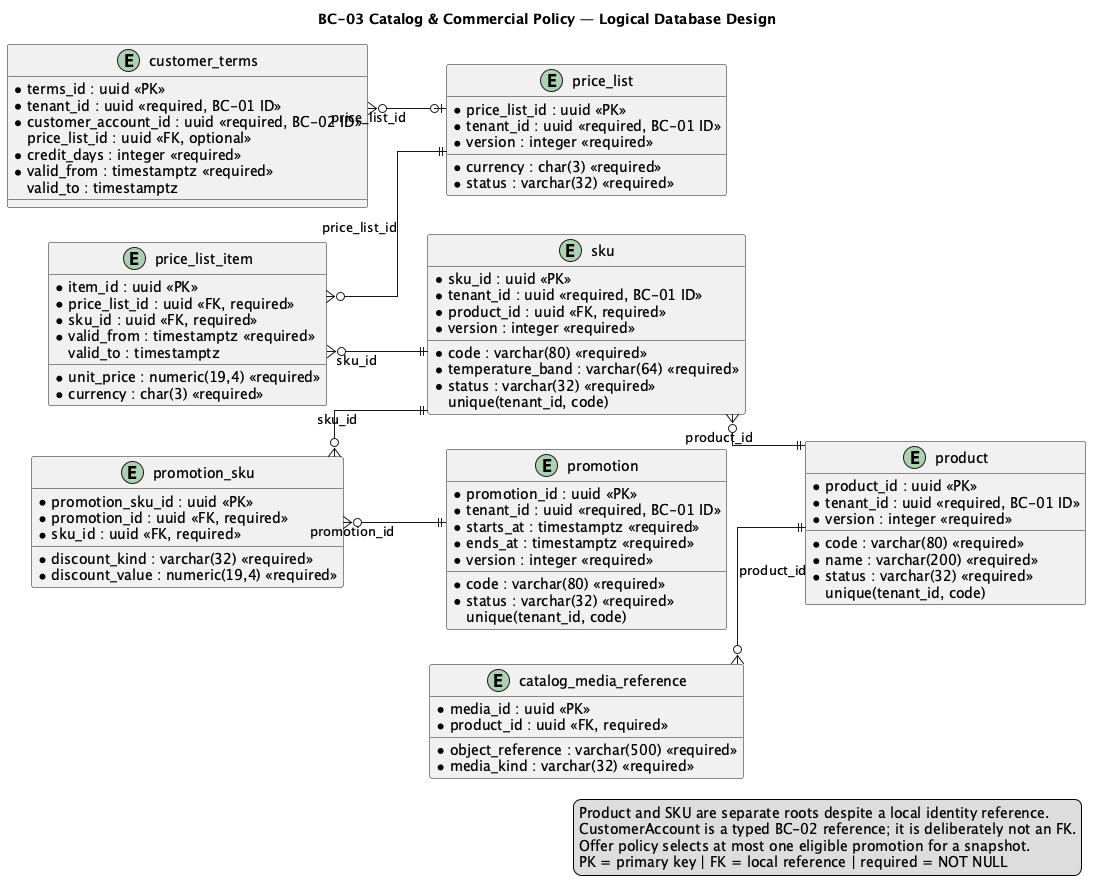
Before: report/assets/chapter-2/tactical/BC-03/database-diagram.png, a diagram exported from PlantUML (nexa-suite/mobile-report).
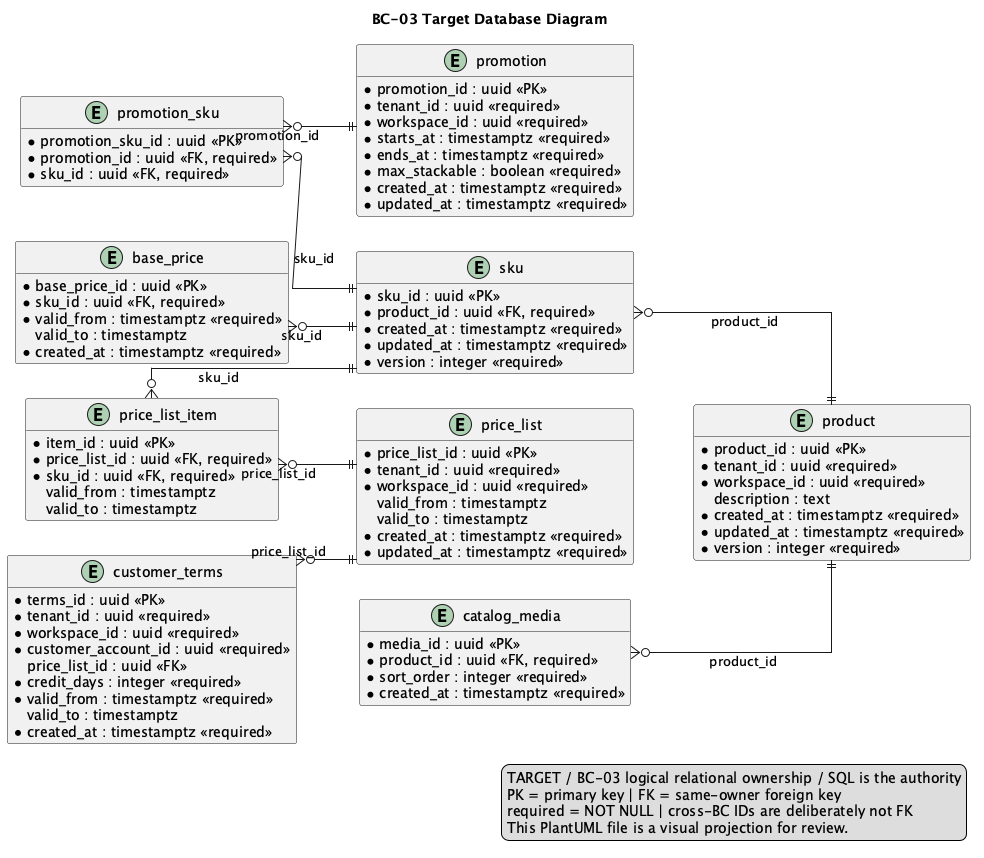
After the change.

Change to the diagram source:
```diff
@@ -1,6 +1,7 @@
 @startuml
-title BC-03 Catalog & Commercial Policy — Logical Database Design
+title BC-03 Target Database Diagram
 left to right direction
+hide methods
 skinparam shadowing false
 skinparam linetype ortho
 skinparam entity {
@@ -9,74 +10,105 @@
   FontColor #0F172A
 }
 
-entity "product" as product {
+entity "product" as t_product {
   * product_id : uuid <<PK>>
-  * tenant_id : uuid <<required, BC-01 ID>>
+  * tenant_id : uuid <<required>>
+  * workspace_id : uuid <<required>>
   * code : varchar(80) <<required>>
   * name : varchar(200) <<required>>
+    description : text
   * status : varchar(32) <<required>>
-  * version : integer <<required>>
-    unique(tenant_id, code)
-}
-
-entity "sku" as sku {
-  * sku_id : uuid <<PK>>
-  * tenant_id : uuid <<required, BC-01 ID>>
-  * product_id : uuid <<FK, required>>
-  * code : varchar(80) <<required>>
-  * temperature_band : varchar(64) <<required>>
-  * status : varchar(32) <<required>>
-  * version : integer <<required>>
-    unique(tenant_id, code)
-}
-
-entity "catalog_media_reference" as catalog_media {
-  * media_id : uuid <<PK>>
-  * product_id : uuid <<FK, required>>
-  * object_reference : varchar(500) <<required>>
-  * media_kind : varchar(32) <<required>>
-}
-
-entity "price_list" as price_list {
-  * price_list_id : uuid <<PK>>
-  * tenant_id : uuid <<required, BC-01 ID>>
-  * currency : char(3) <<required>>
-  * status : varchar(32) <<required>>
+  * created_at : timestamptz <<required>>
+  * updated_at : timestamptz <<required>>
   * version : integer <<required>>
 }
 
-entity "price_list_item" as price_list_item {
+entity "sku" as t_sku {
+  * sku_id : uuid <<PK>>
+  * product_id : uuid <<FK, required>>
+  * code : varchar(80) <<required>>
+  * name : varchar(200) <<required>>
+    gtin : varchar(14)
+  * unit_of_measure : varchar(32) <<required>>
+  * temperature_band : varchar(64) <<required>>
+  * status : varchar(32) <<required>>
+  * created_at : timestamptz <<required>>
+  * updated_at : timestamptz <<required>>
+  * version : integer <<required>>
+}
+
+entity "catalog_media" as t_catalog_media {
+  * media_id : uuid <<PK>>
+  * product_id : uuid <<FK, required>>
+  * object_key : varchar(500) <<required>>
+  * media_kind : varchar(32) <<required>>
+    content_hash : varchar(128)
+  * sort_order : integer <<required>>
+  * created_at : timestamptz <<required>>
+}
+
+entity "price_list" as t_price_list {
+  * price_list_id : uuid <<PK>>
+  * tenant_id : uuid <<required>>
+  * workspace_id : uuid <<required>>
+  * code : varchar(80) <<required>>
+  * name : varchar(160) <<required>>
+  * currency : char(3) <<required>>
+  * status : varchar(32) <<required>>
+    valid_from : timestamptz
+    valid_to : timestamptz
+  * created_at : timestamptz <<required>>
+  * updated_at : timestamptz <<required>>
+}
+
+entity "price_list_item" as t_price_list_item {
   * item_id : uuid <<PK>>
   * price_list_id : uuid <<FK, required>>
   * sku_id : uuid <<FK, required>>
   * unit_price : numeric(19,4) <<required>>
   * currency : char(3) <<required>>
-  * valid_from : timestamptz <<required>>
+    valid_from : timestamptz
     valid_to : timestamptz
 }
 
-entity "customer_terms" as customer_terms {
-  * terms_id : uuid <<PK>>
-  * tenant_id : uuid <<required, BC-01 ID>>
-  * customer_account_id : uuid <<required, BC-02 ID>>
-    price_list_id : uuid <<FK, optional>>
-  * credit_days : integer <<required>>
+entity "base_price" as t_base_price {
+  * base_price_id : uuid <<PK>>
+  * sku_id : uuid <<FK, required>>
+  * amount : numeric(19,4) <<required>>
+  * currency : char(3) <<required>>
   * valid_from : timestamptz <<required>>
     valid_to : timestamptz
+  * created_at : timestamptz <<required>>
 }
 
-entity "promotion" as promotion {
+entity "customer_terms" as t_customer_terms {
+  * terms_id : uuid <<PK>>
+  * tenant_id : uuid <<required>>
+  * workspace_id : uuid <<required>>
+  * customer_account_id : uuid <<required>>
+    price_list_id : uuid <<FK>>
+  * credit_days : integer <<required>>
+  * currency : char(3) <<required>>
+  * valid_from : timestamptz <<required>>
+    valid_to : timestamptz
+  * created_at : timestamptz <<required>>
+}
+
+entity "promotion" as t_promotion {
   * promotion_id : uuid <<PK>>
-  * tenant_id : uuid <<required, BC-01 ID>>
+  * tenant_id : uuid <<required>>
+  * workspace_id : uuid <<required>>
   * code : varchar(80) <<required>>
+  * name : varchar(160) <<required>>
   * status : varchar(32) <<required>>
   * starts_at : timestamptz <<required>>
   * ends_at : timestamptz <<required>>
-  * version : integer <<required>>
-    unique(tenant_id, code)
+  * max_stackable : boolean <<required>>
+  * created_at : timestamptz <<required>>
+  * updated_at : timestamptz <<required>>
 }
 
-entity "promotion_sku" as promotion_sku {
+entity "promotion_sku" as t_promotion_sku {
   * promotion_sku_id : uuid <<PK>>
   * promotion_id : uuid <<FK, required>>
   * sku_id : uuid <<FK, required>>
@@ -84,18 +116,19 @@
   * discount_value : numeric(19,4) <<required>>
 }
 
-sku }o--|| product : product_id
-catalog_media }o--|| product : product_id
-price_list_item }o--|| price_list : price_list_id
-price_list_item }o--|| sku : sku_id
-customer_terms }o--o| price_list : price_list_id
-promotion_sku }o--|| promotion : promotion_id
-promotion_sku }o--|| sku : sku_id
+t_sku }o--|| t_product : product_id
+t_catalog_media }o--|| t_product : product_id
+t_price_list_item }o--|| t_price_list : price_list_id
+t_price_list_item }o--|| t_sku : sku_id
+t_base_price }o--|| t_sku : sku_id
+t_customer_terms }o--|| t_price_list : price_list_id
+t_promotion_sku }o--|| t_promotion : promotion_id
+t_promotion_sku }o--|| t_sku : sku_id
 
 legend right
-Product and SKU are separate roots despite a local identity reference.
-CustomerAccount is a typed BC-02 reference; it is deliberately not an FK.
-Offer policy selects at most one eligible promotion for a snapshot.
-PK = primary key | FK = local reference | required = NOT NULL
+TARGET / BC-03 logical relational ownership / SQL is the authority
+PK = primary key | FK = same-owner foreign key
+required = NOT NULL | cross-BC IDs are deliberately not FK
+This PlantUML file is a visual projection for review.
 endlegend
 @enduml
```
